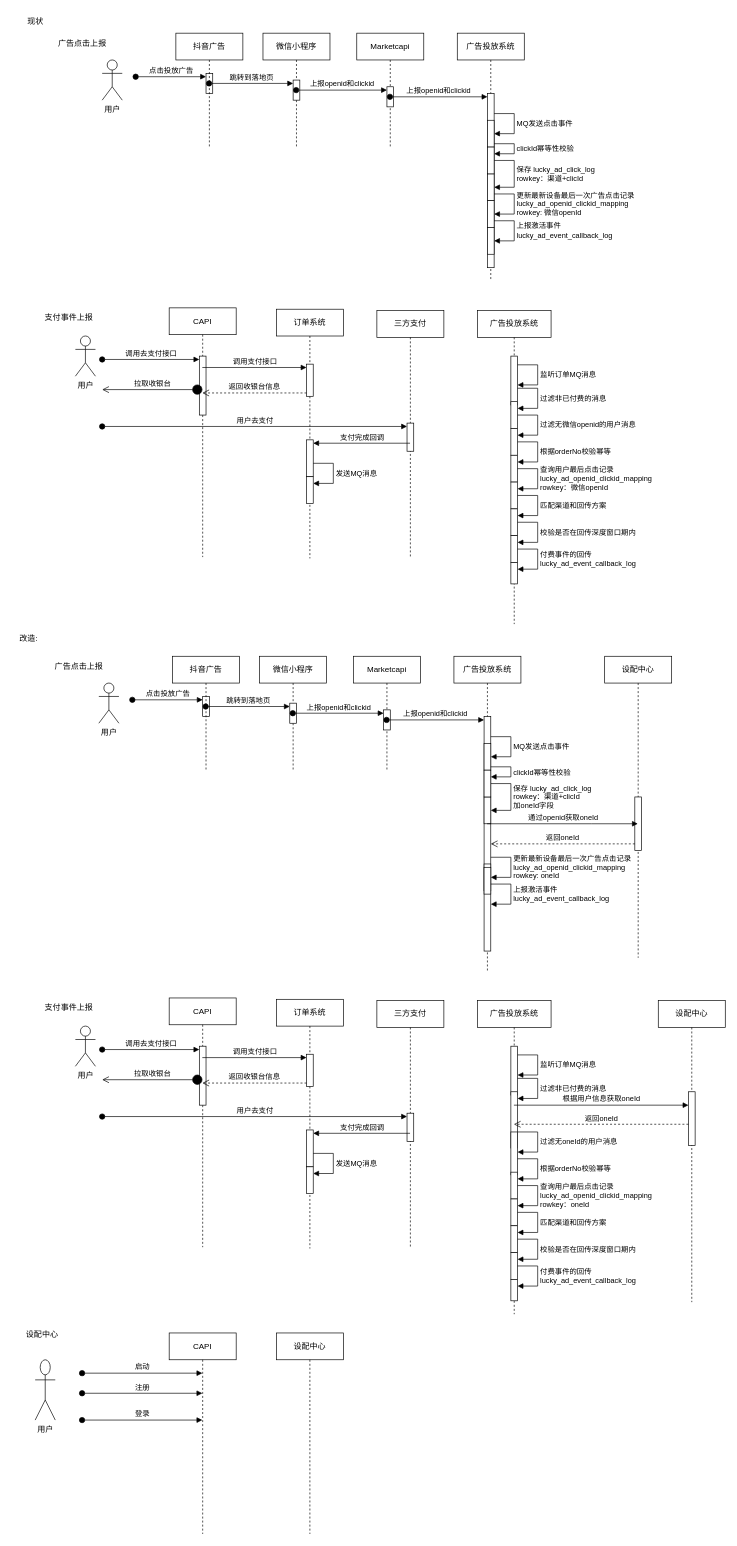
This is page "咖啡广告巨量投放逻辑" (15 of 15) of src/draw/广告投放系统.drawio from y13513867074/draw, a draw.io file, before an edit. Source tidied: cells renumbered, new cells numbered last; positions are measured from the earlier drawing's top-left corner, leaving out a move shared by most shapes. Both pictures are drawn from the tidied source at 67%, with x=0, y=0 at pixel (11, 11).
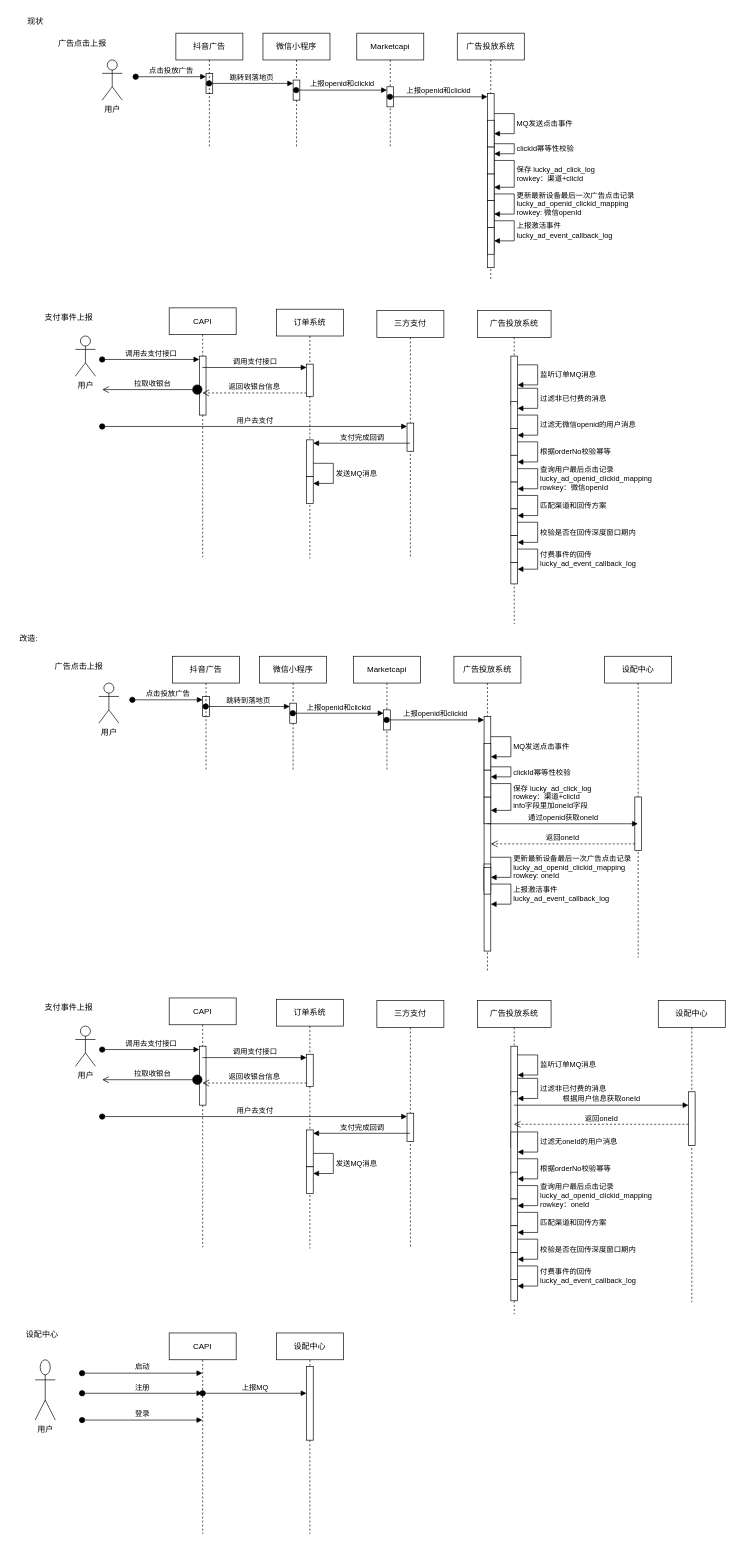
The same diagram, later.

Commit message:
更新广告投放系统.drawio

The change refers to these unchanged cells:
```xml
<mxCell id="69" value="广告投放系统" style="shape=umlLifeline;perimeter=lifelinePerimeter;whiteSpace=wrap;html=1;outlineConnect=0;portConstraint=eastwest;newEdgeStyle={&quot;curved&quot;:0,&quot;rounded&quot;:0};" parent="1" vertex="1">
  <mxGeometry x="660" y="962" width="100" height="470" as="geometry" />
</mxCell>
<mxCell id="70" style="html=1;points=[[0,0,0,0,5],[0,1,0,0,-5],[1,0,0,0,5],[1,1,0,0,-5]];perimeter=orthogonalPerimeter;outlineConnect=0;targetShapes=umlLifeline;portConstraint=eastwest;newEdgeStyle={&quot;curved&quot;:0,&quot;rounded&quot;:0};" parent="69" vertex="1">
  <mxGeometry x="45" y="90" width="10" height="350" as="geometry" />
</mxCell>
<mxCell id="73" style="html=1;points=[[0,0,0,0,5],[0,1,0,0,-5],[1,0,0,0,5],[1,1,0,0,-5]];perimeter=orthogonalPerimeter;outlineConnect=0;targetShapes=umlLifeline;portConstraint=eastwest;newEdgeStyle={&quot;curved&quot;:0,&quot;rounded&quot;:0};" parent="69" vertex="1">
  <mxGeometry x="45" y="210" width="10" height="40" as="geometry" />
</mxCell>
<mxCell id="132" value="设配中心" style="shape=umlLifeline;perimeter=lifelinePerimeter;whiteSpace=wrap;html=1;newEdgeStyle={&quot;curved&quot;:0,&quot;rounded&quot;:0};" parent="1" vertex="1">
  <mxGeometry x="395" y="1972" width="100" height="300" as="geometry" />
</mxCell>
```

The edit, as a diff of the source:
```diff
@@
-    <mxCell id="74" value="保存 lucky_ad_click_log&lt;div&gt;rowkey：渠道+clicId&lt;/div&gt;&lt;div&gt;加oneId字段&lt;/div&gt;" style="html=1;align=left;spacingLeft=2;endArrow=block;rounded=0;edgeStyle=orthogonalEdgeStyle;curved=0;rounded=0;" parent="69" edge="1" source="70" target="73">
+    <mxCell id="74" value="保存 lucky_ad_click_log&lt;div&gt;rowkey：渠道+clicId&lt;/div&gt;&lt;div&gt;info字段里加oneId字段&lt;/div&gt;" style="html=1;align=left;spacingLeft=2;endArrow=block;rounded=0;edgeStyle=orthogonalEdgeStyle;curved=0;rounded=0;" parent="69" edge="1" source="70" target="73">
       <mxGeometry relative="1" as="geometry">
         <Array as="points">
           <mxPoint x="85" y="190" />
           <mxPoint x="85" y="230" />
         </Array>
       </mxGeometry>
     </mxCell>
@@
+    <mxCell id="137" style="html=1;points=[[0,0,0,0,5],[0,1,0,0,-5],[1,0,0,0,5],[1,1,0,0,-5]];perimeter=orthogonalPerimeter;outlineConnect=0;targetShapes=umlLifeline;portConstraint=eastwest;newEdgeStyle={&quot;curved&quot;:0,&quot;rounded&quot;:0};" parent="132" vertex="1">
+      <mxGeometry x="45" y="50" width="10" height="110" as="geometry" />
+    </mxCell>
@@
+    <mxCell id="138" value="上报MQ" style="html=1;verticalAlign=bottom;startArrow=oval;startFill=1;endArrow=block;startSize=8;curved=0;rounded=0;" parent="1" edge="1" target="137">
+      <mxGeometry relative="1" as="geometry">
+        <mxPoint x="285" y="2062" as="sourcePoint" />
+      </mxGeometry>
+    </mxCell>
```
